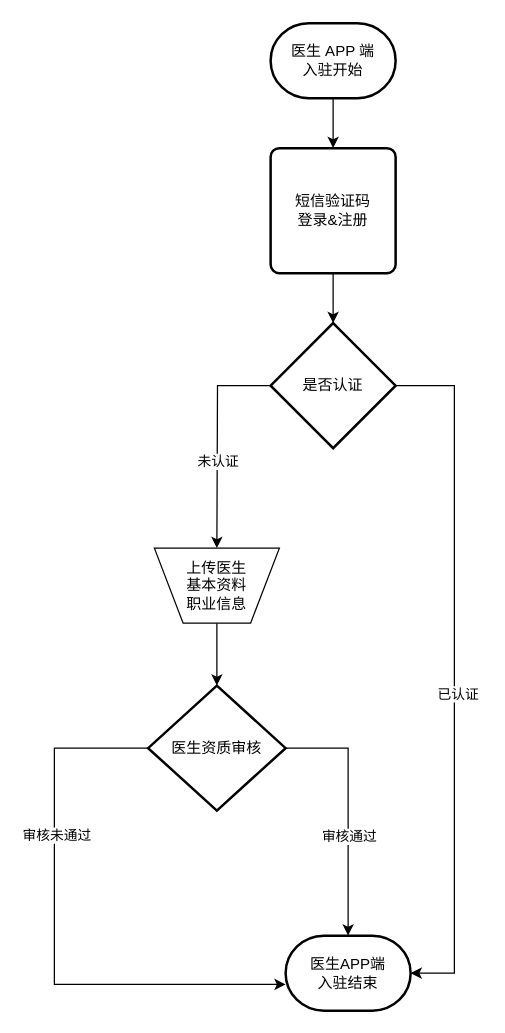
The draw.io diagram jbh/未命名绘图.drawio in GitHeP/diagrams, before the edit. Source tidied: cells renumbered, new cells numbered last; positions are measured from the earlier drawing's top-left corner, leaving out a move shared by most shapes. Both pictures are drawn from the tidied source at 125%, with x=0, y=0 at pixel (54, 22).
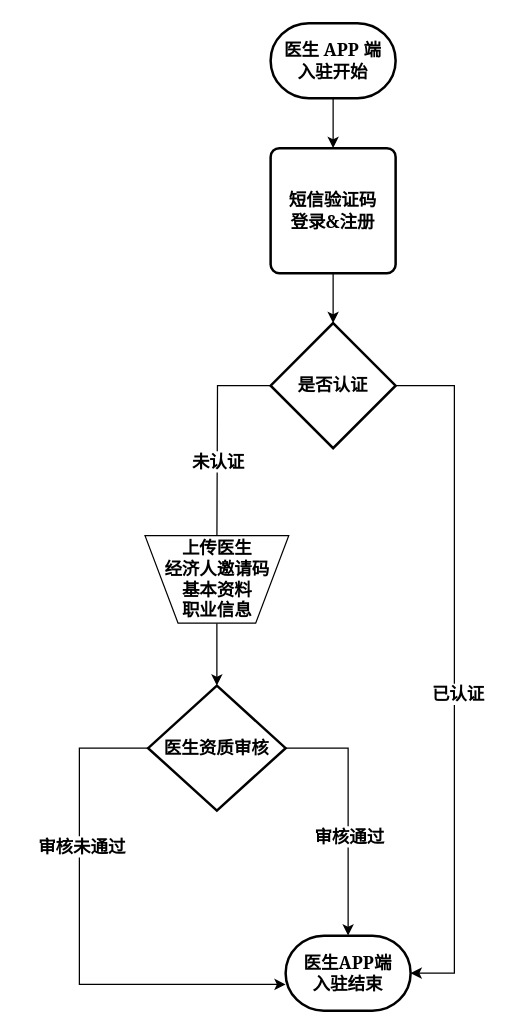
The same diagram, later.

Commit message (it also covers changes not shown here):
更新未命名绘图.drawio

What changed in the source:
```diff
@@
-    <mxCell id="2" style="edgeStyle=orthogonalEdgeStyle;rounded=0;jettySize=auto;html=1;exitX=0.5;exitY=1;exitDx=0;exitDy=0;exitPerimeter=0;entryX=0.5;entryY=0;entryDx=0;entryDy=0;" parent="1" edge="1" source="3" target="5">
+    <mxCell id="2" style="edgeStyle=orthogonalEdgeStyle;rounded=0;jettySize=auto;html=1;exitX=0.5;exitY=1;exitDx=0;exitDy=0;exitPerimeter=0;entryX=0.5;entryY=0;entryDx=0;entryDy=0;fontFamily=Georgia;fontStyle=1;fontSize=14;" parent="1" edge="1" source="3" target="5">
       <mxGeometry relative="1" as="geometry" />
     </mxCell>
-    <mxCell id="3" value="医生 APP 端&lt;br&gt;入驻开始" style="strokeWidth=2;html=1;shape=mxgraph.flowchart.terminator;whiteSpace=wrap;" parent="1" vertex="1">
+    <mxCell id="3" value="医生 APP 端&lt;br style=&quot;font-size: 14px;&quot;&gt;入驻开始" style="strokeWidth=2;html=1;shape=mxgraph.flowchart.terminator;whiteSpace=wrap;fontFamily=Georgia;fontStyle=1;fontSize=14;" parent="1" vertex="1">
       <mxGeometry x="173" width="100" height="60" as="geometry" />
     </mxCell>
-    <mxCell id="4" style="edgeStyle=orthogonalEdgeStyle;rounded=0;jettySize=auto;html=1;exitX=0.5;exitY=1;exitDx=0;exitDy=0;" parent="1" edge="1" source="5" target="10">
+    <mxCell id="4" style="edgeStyle=orthogonalEdgeStyle;rounded=0;jettySize=auto;html=1;exitX=0.5;exitY=1;exitDx=0;exitDy=0;fontFamily=Georgia;fontStyle=1;fontSize=14;" parent="1" edge="1" source="5" target="10">
       <mxGeometry relative="1" as="geometry" />
     </mxCell>
-    <mxCell id="5" value="短信验证码&lt;br&gt;登录&amp;amp;注册" style="rounded=1;whiteSpace=wrap;html=1;absoluteArcSize=1;arcSize=14;strokeWidth=2;" parent="1" vertex="1">
+    <mxCell id="5" value="短信验证码&lt;br style=&quot;font-size: 14px;&quot;&gt;登录&amp;amp;注册" style="rounded=1;whiteSpace=wrap;html=1;absoluteArcSize=1;arcSize=14;strokeWidth=2;fontFamily=Georgia;fontStyle=1;fontSize=14;" parent="1" vertex="1">
       <mxGeometry x="173" y="100" width="100" height="100" as="geometry" />
     </mxCell>
-    <mxCell id="6" style="edgeStyle=orthogonalEdgeStyle;rounded=0;jettySize=auto;html=1;exitX=1;exitY=0.5;exitDx=0;exitDy=0;exitPerimeter=0;entryX=1;entryY=0.5;entryDx=0;entryDy=0;entryPerimeter=0;" parent="1" edge="1" source="10" target="11">
+    <mxCell id="6" style="edgeStyle=orthogonalEdgeStyle;rounded=0;jettySize=auto;html=1;exitX=1;exitY=0.5;exitDx=0;exitDy=0;exitPerimeter=0;entryX=1;entryY=0.5;entryDx=0;entryDy=0;entryPerimeter=0;fontFamily=Georgia;fontStyle=1;fontSize=14;" parent="1" edge="1" source="10" target="11">
       <mxGeometry relative="1" as="geometry">
         <Array as="points">
           <mxPoint x="320" y="290" />
           <mxPoint x="320" y="760" />
         </Array>
       </mxGeometry>
     </mxCell>
-    <mxCell id="7" value="已认证" style="edgeLabel;html=1;align=center;verticalAlign=middle;" parent="6" vertex="1">
+    <mxCell id="7" value="已认证" style="edgeLabel;html=1;align=center;verticalAlign=middle;fontFamily=Georgia;fontStyle=1;fontSize=14;" parent="6" vertex="1">
       <mxGeometry x="-0.01" y="2" relative="1" as="geometry">
         <mxPoint y="20" as="offset" />
       </mxGeometry>
     </mxCell>
-    <mxCell id="8" style="edgeStyle=orthogonalEdgeStyle;rounded=0;jettySize=auto;html=1;" parent="1" edge="1" source="10">
+    <mxCell id="8" style="edgeStyle=orthogonalEdgeStyle;rounded=0;jettySize=auto;html=1;fontFamily=Georgia;fontStyle=1;fontSize=14;" parent="1" edge="1" source="10">
       <mxGeometry relative="1" as="geometry">
         <mxPoint x="130" y="420" as="targetPoint" />
       </mxGeometry>
     </mxCell>
-    <mxCell id="9" value="未认证" style="edgeLabel;html=1;align=center;verticalAlign=middle;" parent="8" vertex="1">
+    <mxCell id="9" value="未认证" style="edgeLabel;html=1;align=center;verticalAlign=middle;fontFamily=Georgia;fontStyle=1;fontSize=14;" parent="8" vertex="1">
       <mxGeometry x="0.09" relative="1" as="geometry">
         <mxPoint y="9" as="offset" />
       </mxGeometry>
     </mxCell>
-    <mxCell id="10" value="是否认证" style="strokeWidth=2;html=1;shape=mxgraph.flowchart.decision;whiteSpace=wrap;" parent="1" vertex="1">
+    <mxCell id="10" value="是否认证" style="strokeWidth=2;html=1;shape=mxgraph.flowchart.decision;whiteSpace=wrap;fontFamily=Georgia;fontStyle=1;fontSize=14;" parent="1" vertex="1">
       <mxGeometry x="173" y="240" width="100" height="100" as="geometry" />
     </mxCell>
-    <mxCell id="11" value="医生APP端&lt;br&gt;入驻结束" style="strokeWidth=2;html=1;shape=mxgraph.flowchart.terminator;whiteSpace=wrap;" parent="1" vertex="1">
+    <mxCell id="11" value="医生APP端&lt;br style=&quot;font-size: 14px;&quot;&gt;入驻结束" style="strokeWidth=2;html=1;shape=mxgraph.flowchart.terminator;whiteSpace=wrap;fontFamily=Georgia;fontStyle=1;fontSize=14;" parent="1" vertex="1">
       <mxGeometry x="185" y="730" width="100" height="60" as="geometry" />
     </mxCell>
-    <mxCell id="12" style="edgeStyle=orthogonalEdgeStyle;rounded=0;jettySize=auto;html=1;exitX=1;exitY=0.5;exitDx=0;exitDy=0;exitPerimeter=0;" parent="1" edge="1" source="16" target="11">
+    <mxCell id="12" style="edgeStyle=orthogonalEdgeStyle;rounded=0;jettySize=auto;html=1;exitX=1;exitY=0.5;exitDx=0;exitDy=0;exitPerimeter=0;fontFamily=Georgia;fontStyle=1;fontSize=14;" parent="1" edge="1" source="16" target="11">
       <mxGeometry relative="1" as="geometry" />
     </mxCell>
-    <mxCell id="13" value="审核通过" style="edgeLabel;html=1;align=center;verticalAlign=middle;" parent="12" vertex="1">
+    <mxCell id="13" value="审核通过" style="edgeLabel;html=1;align=center;verticalAlign=middle;fontFamily=Georgia;fontStyle=1;fontSize=14;" parent="12" vertex="1">
       <mxGeometry x="0.01" y="1" relative="1" as="geometry">
         <mxPoint x="-1" y="19" as="offset" />
       </mxGeometry>
     </mxCell>
-    <mxCell id="14" style="edgeStyle=orthogonalEdgeStyle;rounded=0;jettySize=auto;html=1;entryX=0;entryY=0.65;entryDx=0;entryDy=0;entryPerimeter=0;" parent="1" edge="1" source="16" target="11">
+    <mxCell id="14" style="edgeStyle=orthogonalEdgeStyle;rounded=0;jettySize=auto;html=1;entryX=0;entryY=0.65;entryDx=0;entryDy=0;entryPerimeter=0;fontFamily=Georgia;fontStyle=1;fontSize=14;" parent="1" edge="1" source="16" target="11">
       <mxGeometry relative="1" as="geometry">
         <Array as="points">
-          <mxPoint y="580" />
-          <mxPoint y="769" />
+          <mxPoint x="20" y="580" />
+          <mxPoint x="20" y="769" />
         </Array>
       </mxGeometry>
     </mxCell>
-    <mxCell id="15" value="审核未通过" style="edgeLabel;html=1;align=center;verticalAlign=middle;" parent="14" vertex="1">
+    <mxCell id="15" value="审核未通过" style="edgeLabel;html=1;align=center;verticalAlign=middle;fontFamily=Georgia;fontStyle=1;fontSize=14;" parent="14" vertex="1">
       <mxGeometry x="-0.42" y="1" relative="1" as="geometry">
         <mxPoint y="14" as="offset" />
       </mxGeometry>
     </mxCell>
-    <mxCell id="16" value="医生资质审核" style="strokeWidth=2;html=1;shape=mxgraph.flowchart.decision;whiteSpace=wrap;" parent="1" vertex="1">
+    <mxCell id="16" value="医生资质审核" style="strokeWidth=2;html=1;shape=mxgraph.flowchart.decision;whiteSpace=wrap;fontFamily=Georgia;fontStyle=1;fontSize=14;" parent="1" vertex="1">
       <mxGeometry x="75" y="530" width="110" height="100" as="geometry" />
     </mxCell>
-    <mxCell id="17" style="edgeStyle=orthogonalEdgeStyle;rounded=0;jettySize=auto;html=1;entryX=0.5;entryY=0;entryDx=0;entryDy=0;entryPerimeter=0;" parent="1" edge="1" source="18" target="16">
+    <mxCell id="17" style="edgeStyle=orthogonalEdgeStyle;rounded=0;jettySize=auto;html=1;entryX=0.5;entryY=0;entryDx=0;entryDy=0;entryPerimeter=0;fontFamily=Georgia;fontStyle=1;fontSize=14;" parent="1" edge="1" source="18" target="16">
       <mxGeometry relative="1" as="geometry" />
     </mxCell>
-    <mxCell id="18" value="上传医生&lt;br&gt;基本资料&lt;br&gt;职业信息" style="verticalLabelPosition=middle;verticalAlign=middle;html=1;shape=trapezoid;perimeter=trapezoidPerimeter;whiteSpace=wrap;size=0.23;arcSize=10;flipV=1;labelPosition=center;align=center;" parent="1" vertex="1">
-      <mxGeometry x="80" y="420" width="100" height="60" as="geometry" />
+    <mxCell id="18" value="上传医生&lt;br style=&quot;font-size: 14px;&quot;&gt;经济人邀请码&lt;br style=&quot;font-size: 14px;&quot;&gt;基本资料&lt;br style=&quot;font-size: 14px;&quot;&gt;职业信息" style="verticalLabelPosition=middle;verticalAlign=middle;html=1;shape=trapezoid;perimeter=trapezoidPerimeter;whiteSpace=wrap;size=0.23;arcSize=10;flipV=1;labelPosition=center;align=center;fontFamily=Georgia;fontStyle=1;fontSize=14;" parent="1" vertex="1">
+      <mxGeometry x="72.5" y="410" width="115" height="70" as="geometry" />
     </mxCell>
```
